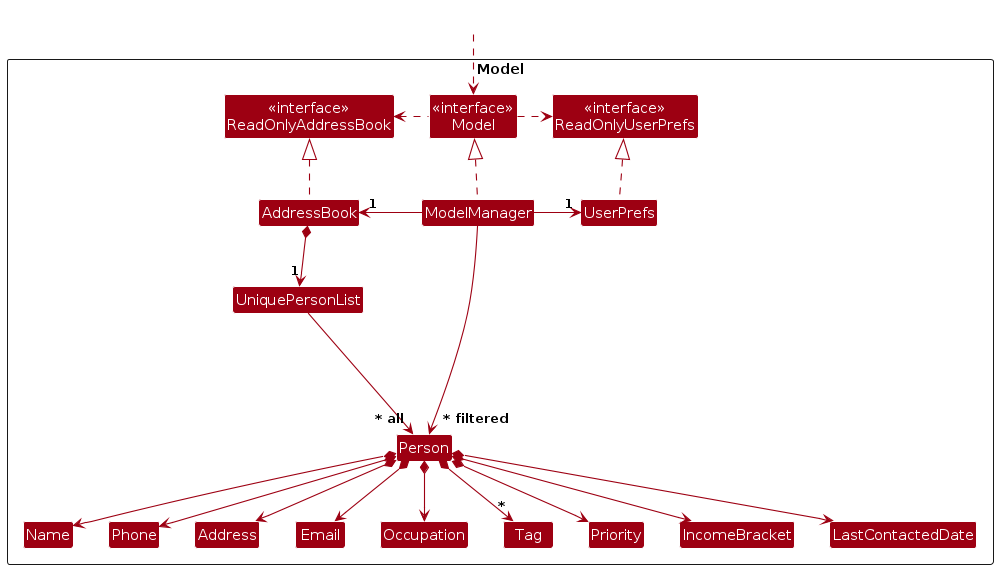
The PlantUML diagram diagrams/ModelClassDiagram.png in zpnoob/tp, before a commit. Its source is kept beside it as diagrams/ModelClassDiagram.puml.
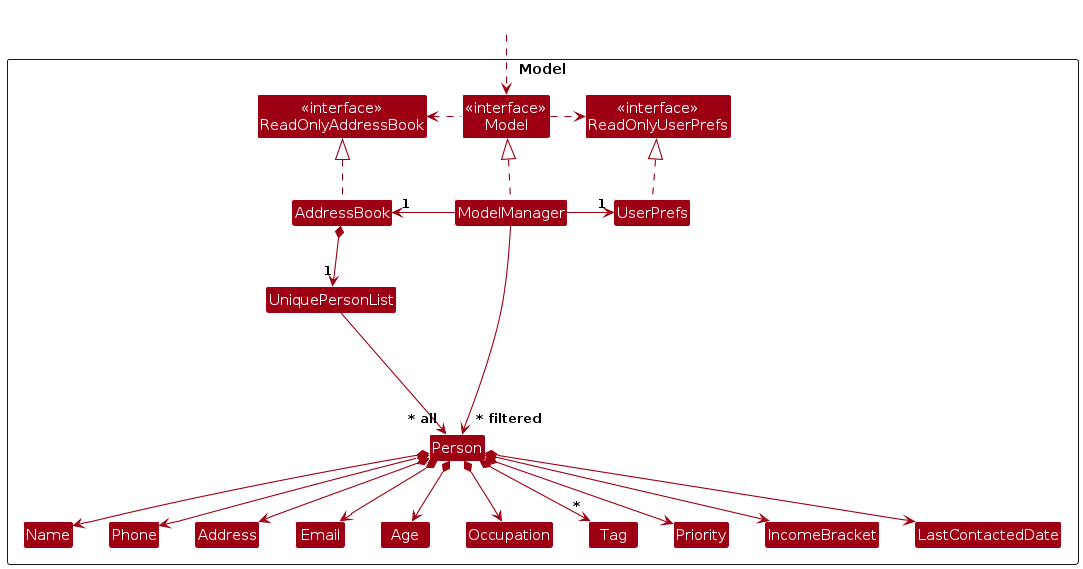
After the change.

Change to the diagram source:
```diff
@@ -18,6 +18,7 @@
 Class Email
 Class Name
 Class Phone
+Class Age
 Class Occupation
 Class Tag
 Class Priority
@@ -50,6 +51,7 @@
 Person *--> "*" Tag
 Person *--> Priority
 Person *--> IncomeBracket
+Person *--> Age
 
 Person -[hidden]up--> I
 UniquePersonList -[hidden]right-> I
```
